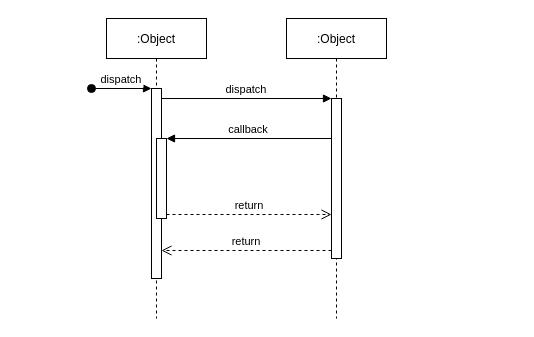
This is 顺序图2.drawio from Freda-afk/hello-world, a draw.io file, before an edit. Source tidied: cells renumbered, new cells numbered last; positions are measured from the earlier drawing's top-left corner, leaving out a move shared by most shapes. Both pictures are drawn from the tidied source at 100%, with x=0, y=0 at pixel (91, 18).
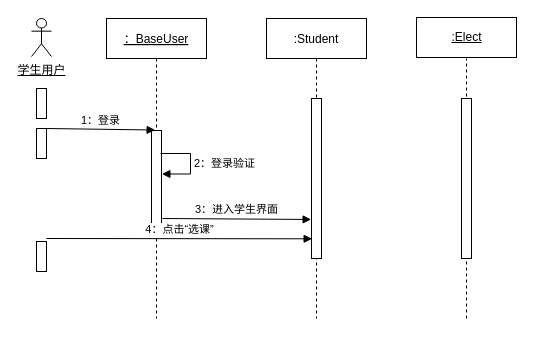
The same page after the edit.

Unchanged cells that the change refers to:
```xml
<mxCell id="7" style="points=[];perimeter=orthogonalPerimeter;rounded=0;shadow=0;strokeWidth=1;" parent="6" vertex="1">
  <mxGeometry x="45" y="80" width="10" height="160" as="geometry" />
</mxCell>
```

Change to the diagram source:
```diff
@@
-    <mxCell id="2" value=":Object" style="shape=umlLifeline;perimeter=lifelinePerimeter;rounded=0;shadow=0;strokeWidth=1;" parent="1" vertex="1">
+    <mxCell id="2" value="：BaseUser" style="shape=umlLifeline;perimeter=lifelinePerimeter;rounded=0;shadow=0;strokeWidth=1;fontStyle=4;" parent="1" vertex="1">
       <mxGeometry x="15" width="100" height="300" as="geometry" />
     </mxCell>
     <mxCell id="3" style="points=[];perimeter=orthogonalPerimeter;rounded=0;shadow=0;strokeWidth=1;" parent="2" vertex="1">
-      <mxGeometry x="45" y="70" width="10" height="190" as="geometry" />
+      <mxGeometry x="45" y="112" width="10" height="98" as="geometry" />
     </mxCell>
-    <mxCell id="4" value="dispatch" style="verticalAlign=bottom;startArrow=oval;endArrow=block;startSize=8;shadow=0;strokeWidth=1;" parent="2" edge="1" target="3">
-      <mxGeometry relative="1" as="geometry">
-        <mxPoint x="-15" y="70" as="sourcePoint" />
-      </mxGeometry>
-    </mxCell>
-    <mxCell id="5" style="points=[];perimeter=orthogonalPerimeter;rounded=0;shadow=0;strokeWidth=1;" parent="2" vertex="1">
-      <mxGeometry x="50" y="120" width="10" height="80" as="geometry" />
-    </mxCell>
+    <mxCell id="12" value="2：登录验证" style="edgeStyle=orthogonalEdgeStyle;html=1;align=left;spacingLeft=2;endArrow=block;rounded=0;entryX=0.844;entryY=0.012;entryDx=0;entryDy=0;entryPerimeter=0;" parent="2" edge="1">
+      <mxGeometry relative="1" as="geometry">
+        <mxPoint x="54" y="135" as="sourcePoint" />
+        <mxPoint x="55.4" y="155.5" as="targetPoint" />
+        <Array as="points">
+          <mxPoint x="84" y="135" />
+          <mxPoint x="84" y="156" />
+        </Array>
+      </mxGeometry>
+    </mxCell>
-    <mxCell id="6" value=":Object" style="shape=umlLifeline;perimeter=lifelinePerimeter;rounded=0;shadow=0;strokeWidth=1;" parent="1" vertex="1">
-      <mxGeometry x="195" width="100" height="300" as="geometry" />
+    <mxCell id="6" value=":Student" style="shape=umlLifeline;perimeter=lifelinePerimeter;rounded=0;shadow=0;strokeWidth=1;" parent="1" vertex="1">
+      <mxGeometry x="175" width="100" height="300" as="geometry" />
     </mxCell>
@@
-    <mxCell id="8" value="return" style="verticalAlign=bottom;endArrow=open;dashed=1;endSize=8;exitX=0;exitY=0.95;shadow=0;strokeWidth=1;" parent="1" edge="1" source="7" target="3">
-      <mxGeometry relative="1" as="geometry" />
-    </mxCell>
-    <mxCell id="9" value="dispatch" style="verticalAlign=bottom;endArrow=block;entryX=0;entryY=0;shadow=0;strokeWidth=1;" parent="1" edge="1" source="3" target="7">
-      <mxGeometry relative="1" as="geometry" />
-    </mxCell>
-    <mxCell id="10" value="callback" style="verticalAlign=bottom;endArrow=block;entryX=1;entryY=0;shadow=0;strokeWidth=1;" parent="1" edge="1" source="7" target="5">
-      <mxGeometry relative="1" as="geometry" />
-    </mxCell>
-    <mxCell id="11" value="return" style="verticalAlign=bottom;endArrow=open;dashed=1;endSize=8;exitX=1;exitY=0.95;shadow=0;strokeWidth=1;" parent="1" edge="1" source="5" target="7">
-      <mxGeometry relative="1" as="geometry" />
-    </mxCell>
+    <mxCell id="13" value="&lt;u&gt;学生用户&lt;/u&gt;" style="shape=umlActor;verticalLabelPosition=bottom;verticalAlign=top;html=1;" parent="1" vertex="1">
+      <mxGeometry x="-60" width="20" height="38" as="geometry" />
+    </mxCell>
+    <mxCell id="14" style="html=1;perimeter=orthogonalPerimeter;" parent="1" vertex="1">
+      <mxGeometry x="-55" y="70" width="10" height="30" as="geometry" />
+    </mxCell>
+    <mxCell id="15" style="html=1;perimeter=orthogonalPerimeter;" parent="1" vertex="1">
+      <mxGeometry x="-55" y="110" width="10" height="30" as="geometry" />
+    </mxCell>
+    <mxCell id="16" value="1：登录" style="html=1;verticalAlign=bottom;endArrow=block;entryX=0.364;entryY=-0.005;entryDx=0;entryDy=0;entryPerimeter=0;" parent="1" edge="1" target="3">
+      <mxGeometry relative="1" as="geometry">
+        <mxPoint x="-45" y="110" as="sourcePoint" />
+      </mxGeometry>
+    </mxCell>
+    <mxCell id="17" value="&lt;u&gt;:Elect&lt;/u&gt;" style="html=1;" parent="1" vertex="1">
+      <mxGeometry x="325" y="-1" width="100" height="40" as="geometry" />
+    </mxCell>
+    <mxCell id="18" value="3：进入学生界面" style="html=1;verticalAlign=bottom;endArrow=block;entryX=-0.039;entryY=0.756;entryDx=0;entryDy=0;entryPerimeter=0;" parent="1" edge="1" target="7">
+      <mxGeometry relative="1" as="geometry">
+        <mxPoint x="71" y="200" as="sourcePoint" />
+      </mxGeometry>
+    </mxCell>
+    <mxCell id="19" style="html=1;perimeter=orthogonalPerimeter;" parent="1" vertex="1">
+      <mxGeometry x="-55" y="223" width="10" height="30" as="geometry" />
+    </mxCell>
+    <mxCell id="20" value="4：点击“选课”" style="html=1;verticalAlign=bottom;endArrow=block;entryX=0.063;entryY=0.877;entryDx=0;entryDy=0;entryPerimeter=0;" parent="1" edge="1" target="7">
+      <mxGeometry relative="1" as="geometry">
+        <mxPoint x="-45" y="220" as="sourcePoint" />
+      </mxGeometry>
+    </mxCell>
+    <mxCell id="21" style="endArrow=none;dashed=1;html=1;" parent="1" edge="1">
+      <mxGeometry relative="1" as="geometry">
+        <mxPoint x="375" y="300" as="sourcePoint" />
+        <mxPoint x="375" y="40" as="targetPoint" />
+      </mxGeometry>
+    </mxCell>
+    <mxCell id="22" style="perimeter=orthogonalPerimeter;rounded=0;shadow=0;strokeWidth=1;" parent="1" vertex="1">
+      <mxGeometry x="370" y="80" width="10" height="160" as="geometry" />
+    </mxCell>
```
